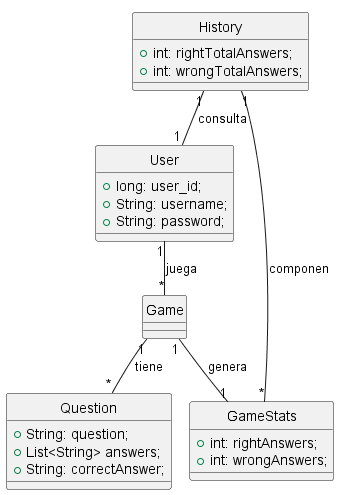
Above: images/domain model.png in Arquisoft/wiq_es6c (PlantUML), before the change.
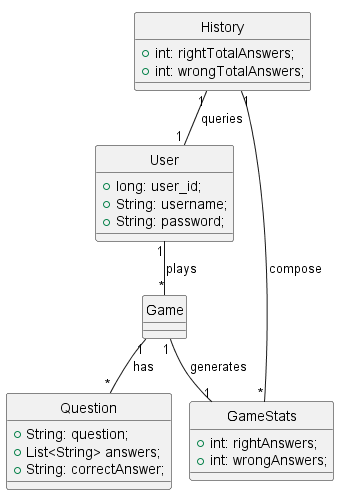
Above is the later version.

Change to the diagram source:
```diff
@@ -27,9 +27,9 @@
     + int: wrongAnswers;
 }
 
-History "1" -- "1" User: consulta
-History "1" -- "*" GameStats: componen
-Game "1" -- "*" Question: tiene
-User "1" -- "*" Game: juega
-Game "1" -- "1" GameStats: genera
+History "1" -- "1" User: queries
+History "1" -- "*" GameStats: compose
+Game "1" -- "*" Question: has
+User "1" -- "*" Game: plays
+Game "1" -- "1" GameStats: generates
 @enduml
```
